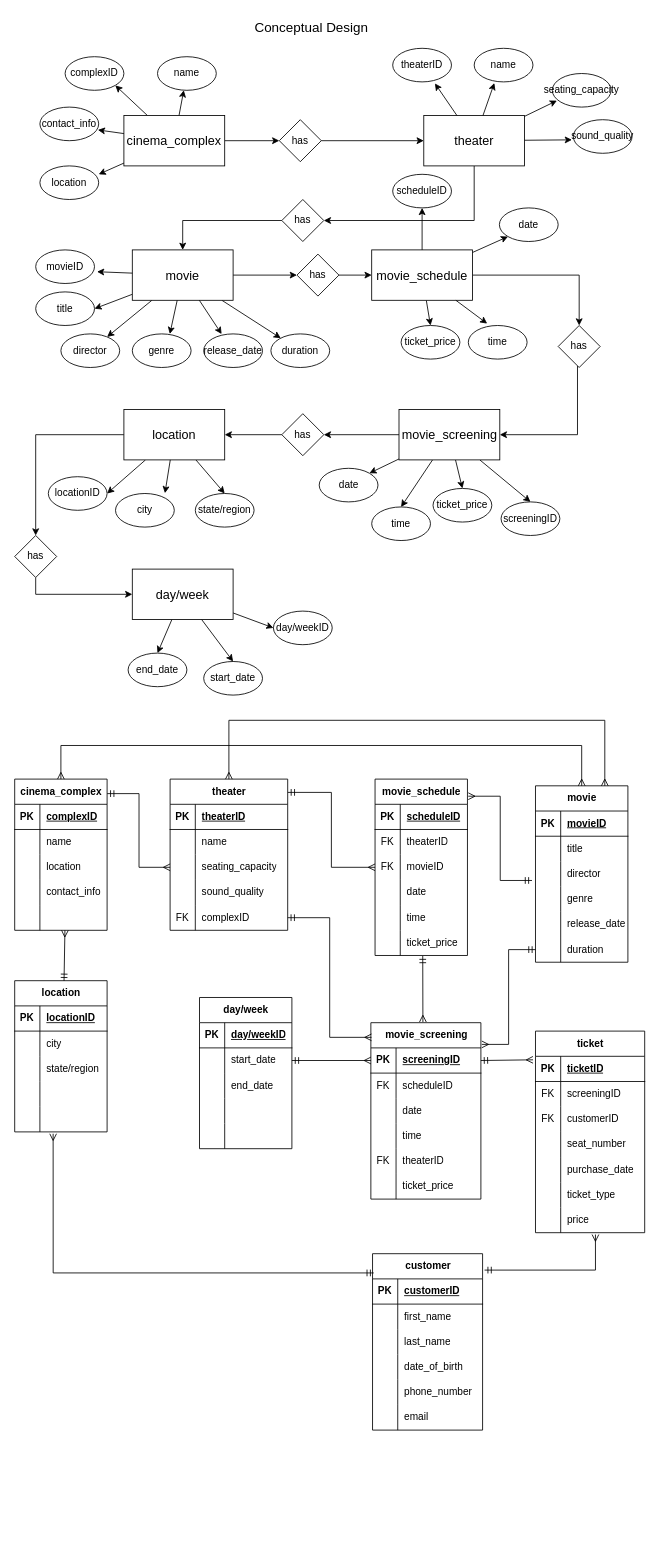
julieeesy/data_modelling_workshop keeps this draw.io diagram as eye_candy_cinemas_casestudy.drawio. Above is the earlier version. Source tidied: cells renumbered, new cells numbered last; positions are measured from the earlier drawing's top-left corner, leaving out a move shared by most shapes. Both pictures are drawn from the tidied source at 84%, with x=0, y=0 at pixel (14, 14).
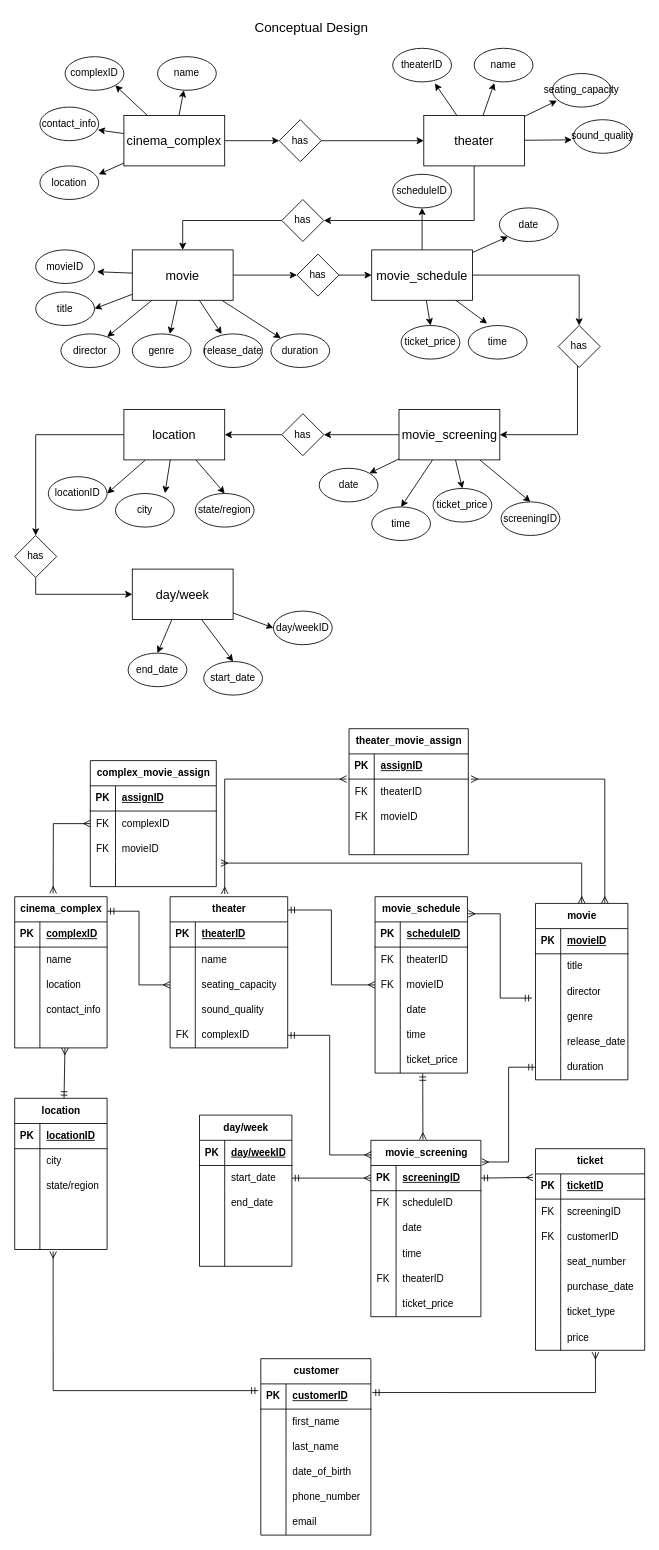
The same page after the edit.

The change refers to these unchanged cells:
```xml
<mxCell id="148" style="shape=tableRow;horizontal=0;startSize=0;swimlaneHead=0;swimlaneBody=0;fillColor=none;points=[[0,0.5],[1,0.5]];portConstraint=eastwest;top=0;left=0;right=0;bottom=0;" parent="135" vertex="1">
  <mxGeometry y="150" width="110" height="30" as="geometry" />
</mxCell>
<mxCell id="232" style="shape=tableRow;horizontal=0;startSize=0;swimlaneHead=0;swimlaneBody=0;fillColor=none;points=[[0,0.5],[1,0.5]];portConstraint=eastwest;top=0;left=0;right=0;bottom=0;" parent="213" vertex="1">
  <mxGeometry y="210" width="130" height="30" as="geometry" />
</mxCell>
<mxCell id="239" style="shape=tableRow;horizontal=0;startSize=0;swimlaneHead=0;swimlaneBody=0;fillColor=none;points=[[0,0.5],[1,0.5]];portConstraint=eastwest;top=0;left=0;right=0;bottom=1;" parent="238" vertex="1">
  <mxGeometry y="30" width="131" height="30" as="geometry" />
</mxCell>
```

Diff of the diagram source:
```diff
@@
     <mxCell id="84" value="cinema_complex" style="shape=table;startSize=30;childLayout=tableLayout;rowLines=0;fontStyle=1;align=center;html=1;" parent="1" vertex="1">
-      <mxGeometry y="910" width="110" height="180" as="geometry" />
+      <mxGeometry y="1050" width="110" height="180" as="geometry" />
     </mxCell>
@@
     <mxCell id="100" value="theater" style="shape=table;startSize=30;childLayout=tableLayout;rowLines=0;fontStyle=1;align=center;html=1;" parent="1" vertex="1">
-      <mxGeometry x="185" y="910" width="140" height="180" as="geometry" />
+      <mxGeometry x="185" y="1050" width="140" height="180" as="geometry" />
     </mxCell>
@@
     <mxCell id="116" value="movie_schedule" style="shape=table;startSize=30;childLayout=tableLayout;rowLines=0;fontStyle=1;align=center;html=1;" parent="1" vertex="1">
-      <mxGeometry x="429" y="910" width="110" height="210" as="geometry" />
+      <mxGeometry x="429" y="1050" width="110" height="210" as="geometry" />
     </mxCell>
@@
     <mxCell id="135" value="location" style="shape=table;startSize=30;childLayout=tableLayout;rowLines=0;fontStyle=1;align=center;html=1;" parent="1" vertex="1">
-      <mxGeometry y="1150" width="110" height="180" as="geometry" />
+      <mxGeometry y="1290" width="110" height="180" as="geometry" />
     </mxCell>
@@
     <mxCell id="151" value="movie_screening" style="shape=table;startSize=30;childLayout=tableLayout;rowLines=0;fontStyle=1;align=center;html=1;" parent="1" vertex="1">
-      <mxGeometry x="424" y="1200" width="131" height="210" as="geometry" />
+      <mxGeometry x="424" y="1340" width="131" height="210" as="geometry" />
     </mxCell>
@@
     <mxCell id="170" value="day/week" style="shape=table;startSize=30;childLayout=tableLayout;rowLines=0;fontStyle=1;align=center;html=1;" parent="1" vertex="1">
-      <mxGeometry x="220" y="1170" width="110" height="180" as="geometry" />
+      <mxGeometry x="220" y="1310" width="110" height="180" as="geometry" />
     </mxCell>
@@
     <mxCell id="188" value="movie" style="shape=table;startSize=30;childLayout=tableLayout;rowLines=0;fontStyle=1;align=center;html=1;" parent="1" vertex="1">
-      <mxGeometry x="620" y="918" width="110" height="210" as="geometry" />
+      <mxGeometry x="620" y="1058" width="110" height="210" as="geometry" />
     </mxCell>
@@
     <mxCell id="209" style="fontSize=12;html=1;endArrow=ERmany;startArrow=ERmandOne;rounded=0;exitX=0.534;exitY=0.001;exitDx=0;exitDy=0;exitPerimeter=0;entryX=0.442;entryY=1.067;entryDx=0;entryDy=0;endFill=0;entryPerimeter=0;" parent="1" edge="1" source="135">
       <mxGeometry relative="1" as="geometry">
-        <mxPoint x="59.8" y="1090" as="targetPoint" />
+        <mxPoint x="59.8" y="1230" as="targetPoint" />
       </mxGeometry>
     </mxCell>
@@
-    <mxCell id="211" style="edgeStyle=elbowEdgeStyle;fontSize=12;html=1;endArrow=ERmany;startArrow=ERmany;rounded=0;exitX=0.5;exitY=0;exitDx=0;exitDy=0;entryX=0.5;entryY=0;entryDx=0;entryDy=0;elbow=vertical;startFill=0;endFill=0;" parent="1" edge="1" source="84" target="188">
+    <mxCell id="211" style="edgeStyle=elbowEdgeStyle;fontSize=12;html=1;endArrow=ERmany;startArrow=ERmany;rounded=0;entryX=0.5;entryY=0;entryDx=0;entryDy=0;elbow=vertical;startFill=0;endFill=0;exitX=1.037;exitY=0.067;exitDx=0;exitDy=0;exitPerimeter=0;" parent="1" edge="1" source="283" target="188">
       <mxGeometry relative="1" as="geometry">
         <Array as="points">
-          <mxPoint x="370" y="870" />
+          <mxPoint x="450" y="1010" />
         </Array>
       </mxGeometry>
     </mxCell>
-    <mxCell id="212" style="edgeStyle=elbowEdgeStyle;fontSize=12;html=1;endArrow=ERmany;startArrow=ERmany;rounded=0;exitX=0.5;exitY=0;exitDx=0;exitDy=0;entryX=0.75;entryY=0;entryDx=0;entryDy=0;elbow=vertical;startFill=0;endFill=0;" parent="1" edge="1" source="100" target="188">
+    <mxCell id="212" style="edgeStyle=elbowEdgeStyle;fontSize=12;html=1;endArrow=ERmany;startArrow=ERmany;rounded=0;entryX=0.75;entryY=0;entryDx=0;entryDy=0;elbow=vertical;startFill=0;endFill=0;exitX=1.023;exitY=1;exitDx=0;exitDy=0;exitPerimeter=0;" parent="1" edge="1" source="261" target="188">
       <mxGeometry relative="1" as="geometry">
         <Array as="points">
-          <mxPoint x="480" y="840" />
+          <mxPoint x="675" y="910" />
         </Array>
       </mxGeometry>
     </mxCell>
     <mxCell id="213" value="ticket" style="shape=table;startSize=30;childLayout=tableLayout;rowLines=0;fontStyle=1;align=center;html=1;" parent="1" vertex="1">
-      <mxGeometry x="620" y="1210" width="130" height="240" as="geometry" />
+      <mxGeometry x="620" y="1350" width="130" height="240" as="geometry" />
     </mxCell>
@@
+    <mxCell id="257" style="fontSize=12;html=1;endArrow=ERmany;startArrow=ERmandOne;rounded=0;endFill=0;entryX=0.549;entryY=1.073;entryDx=0;entryDy=0;entryPerimeter=0;edgeStyle=orthogonalEdgeStyle;exitX=1.014;exitY=0.343;exitDx=0;exitDy=0;exitPerimeter=0;" parent="1" edge="1" source="239" target="232">
+      <mxGeometry relative="1" as="geometry">
+        <Array as="points">
+          <mxPoint x="691" y="1640" />
+        </Array>
+      </mxGeometry>
+    </mxCell>
+    <mxCell id="258" style="fontSize=12;html=1;endArrow=ERmany;startArrow=ERmandOne;rounded=0;endFill=0;entryX=0.416;entryY=1.073;entryDx=0;entryDy=0;entryPerimeter=0;edgeStyle=orthogonalEdgeStyle;exitX=-0.023;exitY=0.267;exitDx=0;exitDy=0;exitPerimeter=0;" parent="1" edge="1" source="239" target="148">
+      <mxGeometry relative="1" as="geometry">
+        <Array as="points">
+          <mxPoint x="46" y="1638" />
+        </Array>
+      </mxGeometry>
+    </mxCell>
+    <mxCell id="259" style="edgeStyle=elbowEdgeStyle;fontSize=12;html=1;endArrow=ERmany;startArrow=ERmany;rounded=0;elbow=vertical;startFill=0;endFill=0;exitX=0.452;exitY=-0.018;exitDx=0;exitDy=0;exitPerimeter=0;entryX=-0.02;entryY=0.022;entryDx=0;entryDy=0;entryPerimeter=0;" parent="1" edge="1" target="264">
+      <mxGeometry relative="1" as="geometry">
+        <mxPoint x="250" y="1046.8" as="sourcePoint" />
+        <Array as="points">
+          <mxPoint x="330" y="910" />
+        </Array>
+      </mxGeometry>
+    </mxCell>
+    <mxCell id="260" value="theater_movie_assign" style="shape=table;startSize=30;childLayout=tableLayout;rowLines=0;fontStyle=1;align=center;html=1;" parent="1" vertex="1">
+      <mxGeometry x="398" y="850" width="142" height="150" as="geometry" />
+    </mxCell>
+    <mxCell id="261" style="shape=tableRow;horizontal=0;startSize=0;swimlaneHead=0;swimlaneBody=0;fillColor=none;points=[[0,0.5],[1,0.5]];portConstraint=eastwest;top=0;left=0;right=0;bottom=1;" parent="260" vertex="1">
+      <mxGeometry y="30" width="142" height="30" as="geometry" />
+    </mxCell>
+    <mxCell id="262" value="PK" style="shape=partialRectangle;fillColor=none;top=0;left=0;bottom=0;right=0;fontStyle=1;overflow=hidden;whiteSpace=wrap;html=1;" parent="261" vertex="1">
+      <mxGeometry width="30" height="30" as="geometry" />
+    </mxCell>
+    <mxCell id="263" value="assignID" style="shape=partialRectangle;fillColor=none;top=0;left=0;bottom=0;right=0;align=left;spacingLeft=6;fontStyle=5;overflow=hidden;whiteSpace=wrap;html=1;" parent="261" vertex="1">
+      <mxGeometry x="30" width="112" height="30" as="geometry" />
+    </mxCell>
+    <mxCell id="264" style="shape=tableRow;horizontal=0;startSize=0;swimlaneHead=0;swimlaneBody=0;fillColor=none;points=[[0,0.5],[1,0.5]];portConstraint=eastwest;top=0;left=0;right=0;bottom=0;" parent="260" vertex="1">
+      <mxGeometry y="60" width="142" height="30" as="geometry" />
+    </mxCell>
+    <mxCell id="265" value="FK" style="shape=partialRectangle;fillColor=none;top=0;left=0;bottom=0;right=0;overflow=hidden;whiteSpace=wrap;html=1;" parent="264" vertex="1">
+      <mxGeometry width="30" height="30" as="geometry" />
+    </mxCell>
+    <mxCell id="266" value="theaterID" style="shape=partialRectangle;fillColor=none;top=0;left=0;bottom=0;right=0;align=left;spacingLeft=6;overflow=hidden;whiteSpace=wrap;html=1;" parent="264" vertex="1">
+      <mxGeometry x="30" width="112" height="30" as="geometry" />
+    </mxCell>
+    <mxCell id="267" style="shape=tableRow;horizontal=0;startSize=0;swimlaneHead=0;swimlaneBody=0;fillColor=none;top=0;left=0;right=0;bottom=0;" parent="260" vertex="1">
+      <mxGeometry y="90" width="142" height="30" as="geometry" />
+    </mxCell>
+    <mxCell id="268" value="FK" style="shape=partialRectangle;fillColor=none;top=0;left=0;bottom=0;right=0;overflow=hidden;whiteSpace=wrap;html=1;" parent="267" vertex="1">
+      <mxGeometry width="30" height="30" as="geometry" />
+    </mxCell>
+    <mxCell id="269" value="movieID" style="shape=partialRectangle;fillColor=none;top=0;left=0;bottom=0;right=0;align=left;spacingLeft=6;overflow=hidden;whiteSpace=wrap;html=1;" parent="267" vertex="1">
+      <mxGeometry x="30" width="112" height="30" as="geometry" />
+    </mxCell>
+    <mxCell id="270" style="shape=tableRow;horizontal=0;startSize=0;swimlaneHead=0;swimlaneBody=0;fillColor=none;top=0;left=0;right=0;bottom=0;" parent="260" vertex="1">
+      <mxGeometry y="120" width="142" height="30" as="geometry" />
+    </mxCell>
+    <mxCell id="271" style="shape=partialRectangle;fillColor=none;top=0;left=0;bottom=0;right=0;overflow=hidden;whiteSpace=wrap;html=1;" parent="270" vertex="1">
+      <mxGeometry width="30" height="30" as="geometry" />
+    </mxCell>
+    <mxCell id="272" style="shape=partialRectangle;fillColor=none;top=0;left=0;bottom=0;right=0;align=left;spacingLeft=6;overflow=hidden;whiteSpace=wrap;html=1;" parent="270" vertex="1">
+      <mxGeometry x="30" width="112" height="30" as="geometry" />
+    </mxCell>
     <mxCell id="238" value="customer" style="shape=table;startSize=30;childLayout=tableLayout;rowLines=0;fontStyle=1;align=center;html=1;" parent="1" vertex="1">
-      <mxGeometry x="426" y="1475" width="131" height="210" as="geometry" />
+      <mxGeometry x="293" y="1600" width="131" height="210" as="geometry" />
     </mxCell>
@@
-    <mxCell id="257" style="fontSize=12;html=1;endArrow=ERmany;startArrow=ERmandOne;rounded=0;exitX=1.018;exitY=0.093;exitDx=0;exitDy=0;endFill=0;entryX=0.549;entryY=1.073;entryDx=0;entryDy=0;entryPerimeter=0;exitPerimeter=0;edgeStyle=orthogonalEdgeStyle;" parent="1" edge="1" source="238" target="232">
-      <mxGeometry relative="1" as="geometry">
-        <Array as="points">
-          <mxPoint x="691" y="1495" />
-        </Array>
-      </mxGeometry>
-    </mxCell>
-    <mxCell id="258" style="fontSize=12;html=1;endArrow=ERmany;startArrow=ERmandOne;rounded=0;exitX=0.011;exitY=0.109;exitDx=0;exitDy=0;endFill=0;entryX=0.416;entryY=1.073;entryDx=0;entryDy=0;entryPerimeter=0;exitPerimeter=0;edgeStyle=orthogonalEdgeStyle;" parent="1" edge="1" source="238" target="148">
-      <mxGeometry relative="1" as="geometry">
-        <Array as="points">
-          <mxPoint x="46" y="1498" />
-        </Array>
-      </mxGeometry>
-    </mxCell>
+    <mxCell id="273" value="complex_movie_assign" style="shape=table;startSize=30;childLayout=tableLayout;rowLines=0;fontStyle=1;align=center;html=1;" parent="1" vertex="1">
+      <mxGeometry x="90" y="888" width="150" height="150" as="geometry" />
+    </mxCell>
+    <mxCell id="274" style="shape=tableRow;horizontal=0;startSize=0;swimlaneHead=0;swimlaneBody=0;fillColor=none;top=0;left=0;right=0;bottom=1;" parent="273" vertex="1">
+      <mxGeometry y="30" width="150" height="30" as="geometry" />
+    </mxCell>
+    <mxCell id="275" value="PK" style="shape=partialRectangle;fillColor=none;top=0;left=0;bottom=0;right=0;fontStyle=1;overflow=hidden;whiteSpace=wrap;html=1;" parent="274" vertex="1">
+      <mxGeometry width="30" height="30" as="geometry" />
+    </mxCell>
+    <mxCell id="276" value="assignID" style="shape=partialRectangle;fillColor=none;top=0;left=0;bottom=0;right=0;align=left;spacingLeft=6;fontStyle=5;overflow=hidden;whiteSpace=wrap;html=1;" parent="274" vertex="1">
+      <mxGeometry x="30" width="120" height="30" as="geometry" />
+    </mxCell>
+    <mxCell id="277" style="shape=tableRow;horizontal=0;startSize=0;swimlaneHead=0;swimlaneBody=0;fillColor=none;points=[[0,0.5],[1,0.5]];portConstraint=eastwest;top=0;left=0;right=0;bottom=0;" parent="273" vertex="1">
+      <mxGeometry y="60" width="150" height="30" as="geometry" />
+    </mxCell>
+    <mxCell id="278" value="FK" style="shape=partialRectangle;fillColor=none;top=0;left=0;bottom=0;right=0;overflow=hidden;whiteSpace=wrap;html=1;" parent="277" vertex="1">
+      <mxGeometry width="30" height="30" as="geometry" />
+    </mxCell>
+    <mxCell id="279" value="complexID" style="shape=partialRectangle;fillColor=none;top=0;left=0;bottom=0;right=0;align=left;spacingLeft=6;overflow=hidden;whiteSpace=wrap;html=1;" parent="277" vertex="1">
+      <mxGeometry x="30" width="120" height="30" as="geometry" />
+    </mxCell>
+    <mxCell id="280" style="shape=tableRow;horizontal=0;startSize=0;swimlaneHead=0;swimlaneBody=0;fillColor=none;top=0;left=0;right=0;bottom=0;" parent="273" vertex="1">
+      <mxGeometry y="90" width="150" height="30" as="geometry" />
+    </mxCell>
+    <mxCell id="281" value="FK" style="shape=partialRectangle;fillColor=none;top=0;left=0;bottom=0;right=0;overflow=hidden;whiteSpace=wrap;html=1;" parent="280" vertex="1">
+      <mxGeometry width="30" height="30" as="geometry" />
+    </mxCell>
+    <mxCell id="282" value="movieID" style="shape=partialRectangle;fillColor=none;top=0;left=0;bottom=0;right=0;align=left;spacingLeft=6;overflow=hidden;whiteSpace=wrap;html=1;" parent="280" vertex="1">
+      <mxGeometry x="30" width="120" height="30" as="geometry" />
+    </mxCell>
+    <mxCell id="283" style="shape=tableRow;horizontal=0;startSize=0;swimlaneHead=0;swimlaneBody=0;fillColor=none;points=[[0,0.5],[1,0.5]];portConstraint=eastwest;top=0;left=0;right=0;bottom=0;" parent="273" vertex="1">
+      <mxGeometry y="120" width="150" height="30" as="geometry" />
+    </mxCell>
+    <mxCell id="284" style="shape=partialRectangle;fillColor=none;top=0;left=0;bottom=0;right=0;overflow=hidden;whiteSpace=wrap;html=1;" parent="283" vertex="1">
+      <mxGeometry width="30" height="30" as="geometry" />
+    </mxCell>
+    <mxCell id="285" style="shape=partialRectangle;fillColor=none;top=0;left=0;bottom=0;right=0;align=left;spacingLeft=6;overflow=hidden;whiteSpace=wrap;html=1;" parent="283" vertex="1">
+      <mxGeometry x="30" width="120" height="30" as="geometry" />
+    </mxCell>
+    <mxCell id="286" style="edgeStyle=elbowEdgeStyle;fontSize=12;html=1;endArrow=ERmany;startArrow=ERmany;rounded=0;startFill=0;endFill=0;exitX=0.416;exitY=-0.022;exitDx=0;exitDy=0;exitPerimeter=0;entryX=0;entryY=0.5;entryDx=0;entryDy=0;" parent="1" edge="1" source="84" target="277">
+      <mxGeometry relative="1" as="geometry">
+        <Array as="points">
+          <mxPoint x="46" y="1010" />
+        </Array>
+      </mxGeometry>
+    </mxCell>
```
